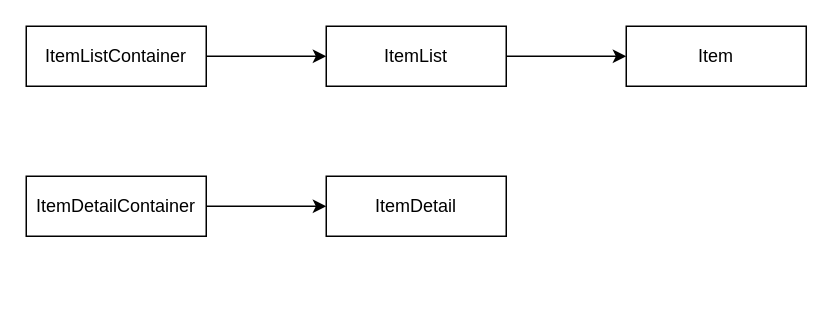
Before: main.drawio in stronix90/Renegade-Store, a draw.io diagram. Source tidied: cells renumbered, new cells numbered last; positions are measured from the earlier drawing's top-left corner, leaving out a move shared by most shapes. Both pictures are drawn from the tidied source at 150%, with x=0, y=0 at pixel (26, 26).
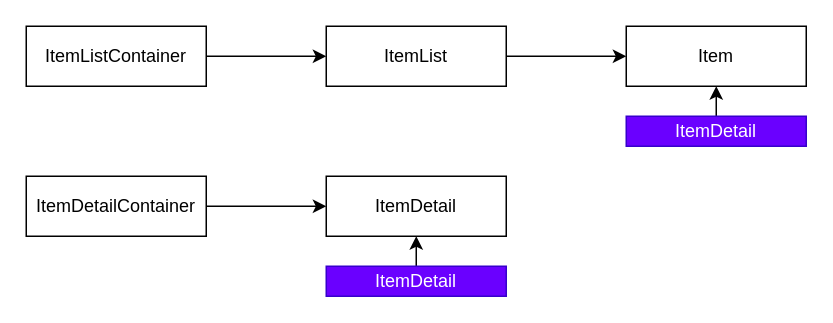
Above is the later version.

What changed in the source:
```diff
@@
 <mxGraphModel>
   <root>
     <mxCell id="0" />
     <mxCell id="1" parent="0" />
     <mxCell id="2" style="edgeStyle=none;html=1;" parent="1" edge="1" source="3" target="5">
       <mxGeometry relative="1" as="geometry" />
     </mxCell>
     <mxCell id="3" value="ItemListContainer" style="rounded=0;whiteSpace=wrap;html=1;" parent="1" vertex="1">
       <mxGeometry width="120" height="40" as="geometry" />
     </mxCell>
     <mxCell id="4" style="edgeStyle=none;html=1;" parent="1" edge="1" source="5" target="6">
       <mxGeometry relative="1" as="geometry" />
     </mxCell>
     <mxCell id="5" value="ItemList" style="rounded=0;whiteSpace=wrap;html=1;" parent="1" vertex="1">
       <mxGeometry x="200" width="120" height="40" as="geometry" />
     </mxCell>
     <mxCell id="6" value="Item" style="rounded=0;whiteSpace=wrap;html=1;" parent="1" vertex="1">
       <mxGeometry x="400" width="120" height="40" as="geometry" />
     </mxCell>
     <mxCell id="7" style="edgeStyle=none;html=1;" parent="1" edge="1" source="8" target="9">
       <mxGeometry relative="1" as="geometry" />
     </mxCell>
     <mxCell id="8" value="ItemDetailContainer" style="rounded=0;whiteSpace=wrap;html=1;" parent="1" vertex="1">
       <mxGeometry y="100" width="120" height="40" as="geometry" />
     </mxCell>
     <mxCell id="9" value="ItemDetail" style="rounded=0;whiteSpace=wrap;html=1;" parent="1" vertex="1">
       <mxGeometry x="200" y="100" width="120" height="40" as="geometry" />
     </mxCell>
+    <mxCell id="10" style="edgeStyle=none;html=1;" parent="1" edge="1" source="11" target="9">
+      <mxGeometry relative="1" as="geometry" />
+    </mxCell>
+    <mxCell id="11" value="ItemDetail" style="rounded=0;whiteSpace=wrap;html=1;fillColor=#6a00ff;strokeColor=#3700CC;fontColor=#ffffff;" parent="1" vertex="1">
+      <mxGeometry x="200" y="160" width="120" height="20" as="geometry" />
+    </mxCell>
+    <mxCell id="12" style="edgeStyle=none;html=1;" parent="1" edge="1" source="13" target="6">
+      <mxGeometry relative="1" as="geometry" />
+    </mxCell>
+    <mxCell id="13" value="ItemDetail" style="rounded=0;whiteSpace=wrap;html=1;fillColor=#6a00ff;strokeColor=#3700CC;fontColor=#ffffff;" parent="1" vertex="1">
+      <mxGeometry x="400" y="60" width="120" height="20" as="geometry" />
+    </mxCell>
   </root>
 </mxGraphModel>
```
